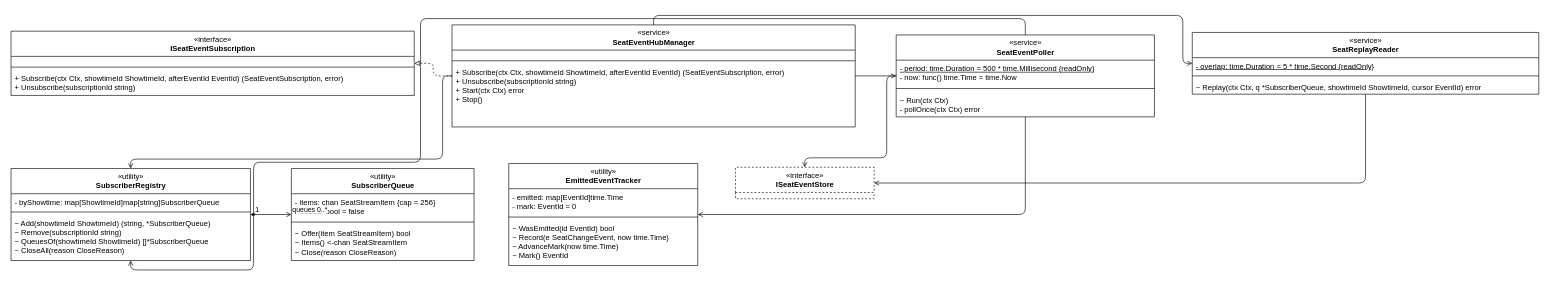
The draw.io diagram design/diagrams/P12-class-PKG-24.drawio in luytbq/app-dat-ve-xem-phim, before the edit. Source tidied: cells renumbered, new cells numbered last; positions are measured from the earlier drawing's top-left corner, leaving out a move shared by most shapes. Both pictures are drawn from the tidied source at 63%, with x=0, y=0 at pixel (11, 15).
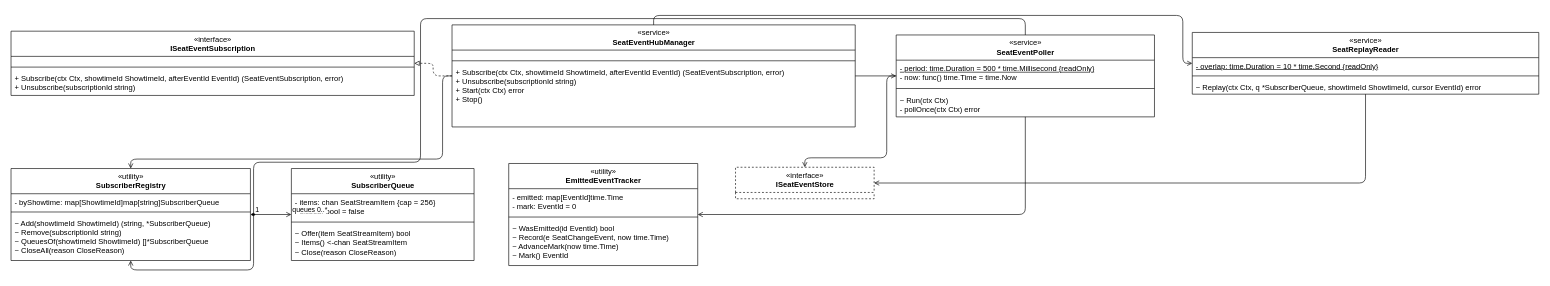
The same diagram, later.

The change refers to these unchanged cells:
```xml
<mxCell id="14" value="«service»&lt;br&gt;&lt;b&gt;SeatReplayReader&lt;/b&gt;" style="swimlane;fontStyle=0;align=center;horizontal=1;startSize=40;html=1;" parent="1" vertex="1">
  <mxGeometry x="1875" y="27" width="550" height="98" as="geometry" />
</mxCell>
```

The edit, as a diff of the source:
```diff
@@
-    <mxCell id="15" value="&lt;u&gt;- overlap: time.Duration = 5 * time.Second {readOnly}&lt;/u&gt;" style="text;strokeColor=none;fillColor=none;align=left;verticalAlign=top;spacingLeft=4;spacingRight=4;overflow=hidden;whiteSpace=wrap;html=1;" parent="14" vertex="1">
+    <mxCell id="15" value="&lt;u&gt;- overlap: time.Duration = 10 * time.Second {readOnly}&lt;/u&gt;" style="text;strokeColor=none;fillColor=none;align=left;verticalAlign=top;spacingLeft=4;spacingRight=4;overflow=hidden;whiteSpace=wrap;html=1;" parent="14" vertex="1">
       <mxGeometry y="40" width="550" height="24" as="geometry" />
     </mxCell>
```
